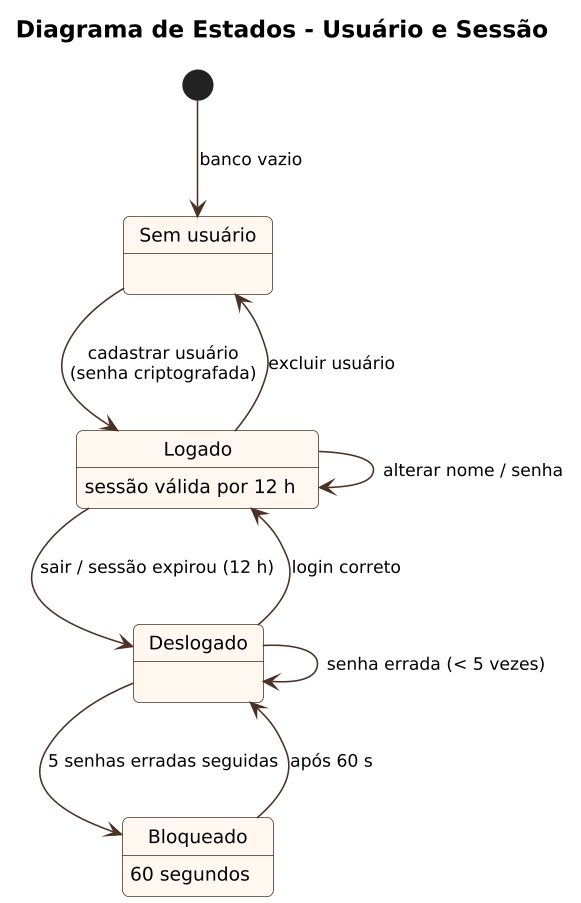
Earlier version of the PlantUML export docs/diagramas/png/10_estado_sessao.png (Hallff/ConfeitaSys). Its diagram source:
```plantuml
@startuml
!include _estilo.iuml
title Diagrama de Estados - Usuário e Sessão

[*] --> SemUsuario : banco vazio
state "Sem usuário" as SemUsuario
state "Deslogado" as Deslogado
state "Logado" as Logado : sessão válida por 12 h
state "Bloqueado" as Bloqueado : 60 segundos
SemUsuario --> Logado : cadastrar usuário\n(senha criptografada)
Deslogado --> Logado : login correto
Deslogado --> Deslogado : senha errada (< 5 vezes)
Deslogado --> Bloqueado : 5 senhas erradas seguidas
Bloqueado --> Deslogado : após 60 s
Logado --> Logado : alterar nome / senha
Logado --> Deslogado : sair / sessão expirou (12 h)
Logado --> SemUsuario : excluir usuário
@enduml
```
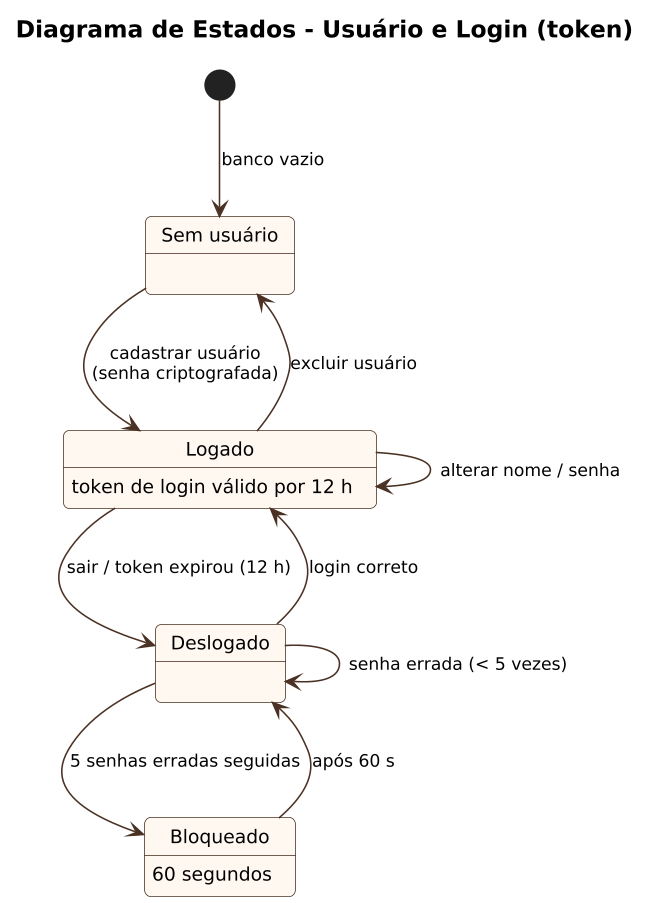
Above is the later version.

Diff of the diagram source:
```diff
@@ -1,11 +1,11 @@
 @startuml
 !include _estilo.iuml
-title Diagrama de Estados - Usuário e Sessão
+title Diagrama de Estados - Usuário e Login (token)
 
 [*] --> SemUsuario : banco vazio
 state "Sem usuário" as SemUsuario
 state "Deslogado" as Deslogado
-state "Logado" as Logado : sessão válida por 12 h
+state "Logado" as Logado : token de login válido por 12 h
 state "Bloqueado" as Bloqueado : 60 segundos
 SemUsuario --> Logado : cadastrar usuário\n(senha criptografada)
 Deslogado --> Logado : login correto
@@ -13,6 +13,6 @@
 Deslogado --> Bloqueado : 5 senhas erradas seguidas
 Bloqueado --> Deslogado : após 60 s
 Logado --> Logado : alterar nome / senha
-Logado --> Deslogado : sair / sessão expirou (12 h)
+Logado --> Deslogado : sair / token expirou (12 h)
 Logado --> SemUsuario : excluir usuário
 @enduml
```
